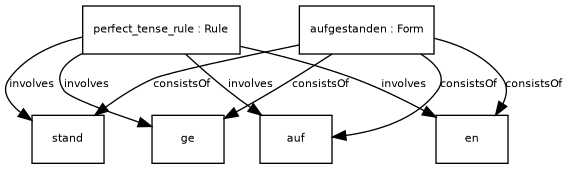
Earlier version of the Graphviz export examples/example_10.png (ontolex/morph). Its source is kept beside it as examples/example_10.dot.
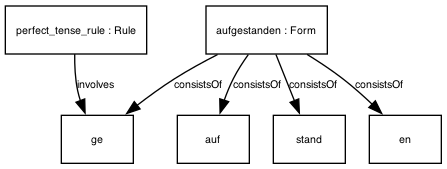
After the change.

Diff of the diagram source:
```diff
@@ -13,18 +13,15 @@
       fontsize = 8
     ]
 
-auf [ label="{auf}" ]
-perfect_tense_rule -> auf [ label="involves" ]
 ge [ label="{ge}" ]
 perfect_tense_rule -> ge [ label="involves" ]
-stand [ label="{stand}" ]
-perfect_tense_rule -> stand [ label="involves" ]
-en [ label="{en}" ]
-perfect_tense_rule -> en [ label="involves" ]
 perfect_tense_rule [ label="{perfect_tense_rule : Rule}" ]
+auf [ label="{auf}" ]
 aufgestanden -> auf [ label="consistsOf" ]
 aufgestanden -> ge [ label="consistsOf" ]
+stand [ label="{stand}" ]
 aufgestanden -> stand [ label="consistsOf" ]
+en [ label="{en}" ]
 aufgestanden -> en [ label="consistsOf" ]
 aufgestanden [ label="{aufgestanden : Form}" ]
 }
```
